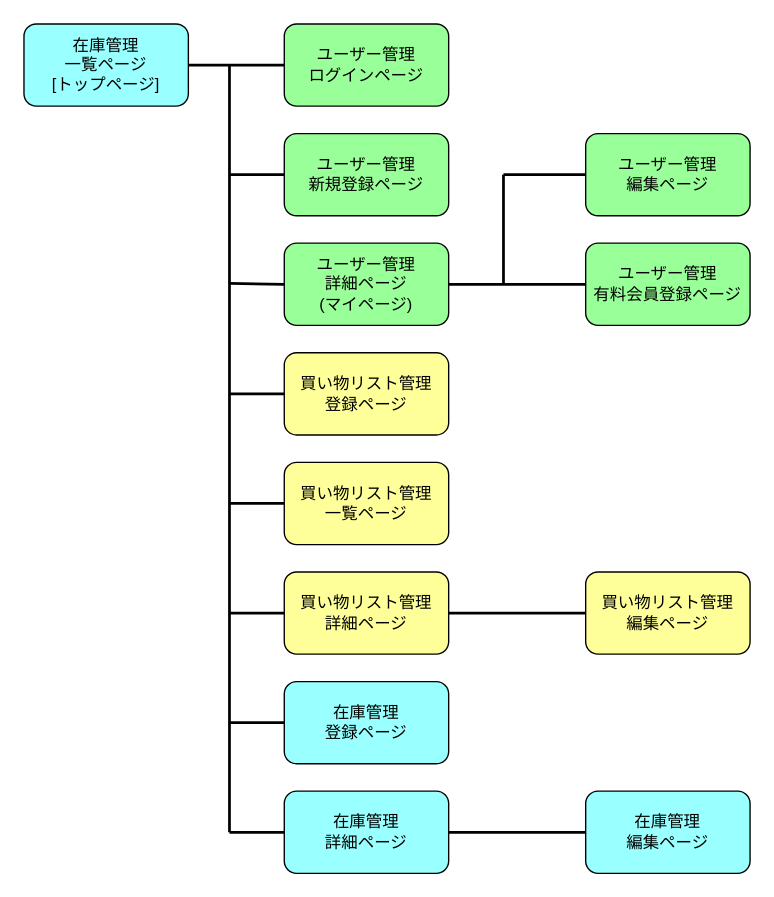
Before: page "案1" (1 of 2) of Screen transition.dio in miyazato1872/shopping_memo, a draw.io diagram. Source tidied: cells renumbered, new cells numbered last; positions are measured from the earlier drawing's top-left corner, leaving out a move shared by most shapes. Both pictures are drawn from the tidied source at 137%, with x=0, y=0 at pixel (23, 23).
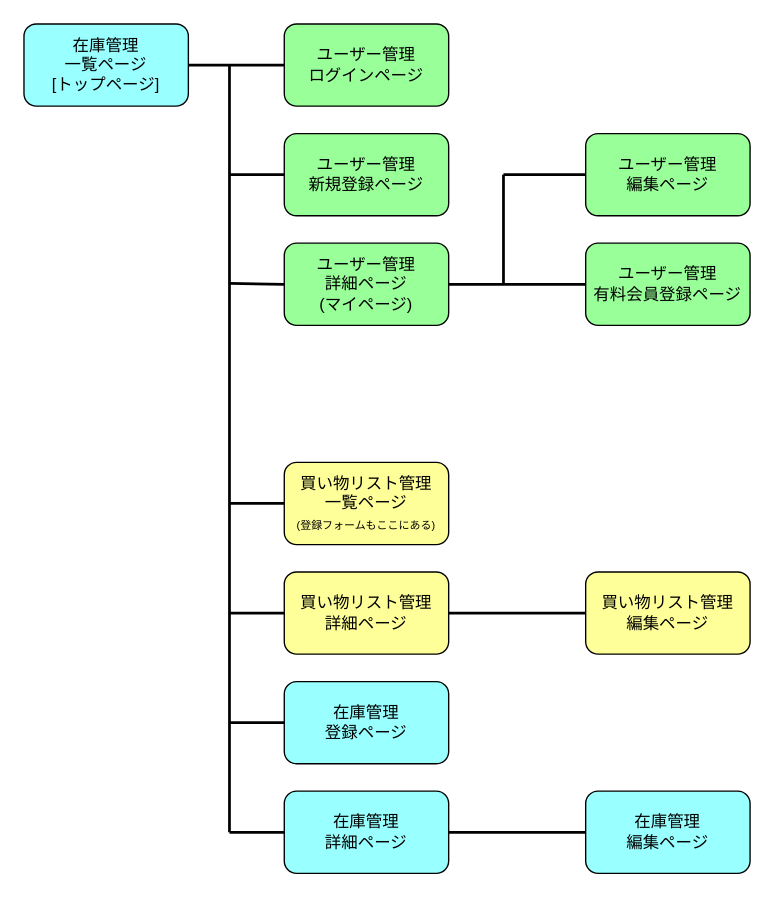
Above is the later version.

Change to the diagram source:
```diff
@@
-    <mxCell id="11" style="endArrow=none;html=1;fontColor=#000000;fontSize=14;strokeWidth=2;exitX=0;exitY=0.5;exitDx=0;exitDy=0;" parent="1" edge="1" source="18">
-      <mxGeometry relative="1" as="geometry">
-        <mxPoint x="150" y="270" as="targetPoint" />
-      </mxGeometry>
-    </mxCell>
@@
-    <mxCell id="18" value="買い物リスト管理&lt;br&gt;登録ページ" style="rounded=1;whiteSpace=wrap;html=1;fillColor=#FFFF99;labelBackgroundColor=none;fontColor=#000000;" parent="1" vertex="1">
-      <mxGeometry x="190" y="240" width="120" height="60" as="geometry" />
-    </mxCell>
-    <mxCell id="19" value="買い物リスト管理&lt;br&gt;一覧ページ" style="rounded=1;whiteSpace=wrap;html=1;fillColor=#FFFF99;labelBackgroundColor=none;fontColor=#000000;" parent="1" vertex="1">
+    <mxCell id="19" value="買い物リスト管理&lt;br&gt;一覧ページ&lt;br&gt;&lt;font style=&quot;font-size: 8px;&quot;&gt;(登録フォームもここにある)&lt;/font&gt;" style="rounded=1;whiteSpace=wrap;html=1;fillColor=#FFFF99;labelBackgroundColor=none;fontColor=#000000;" parent="1" vertex="1">
       <mxGeometry x="190" y="320" width="120" height="60" as="geometry" />
     </mxCell>
```
